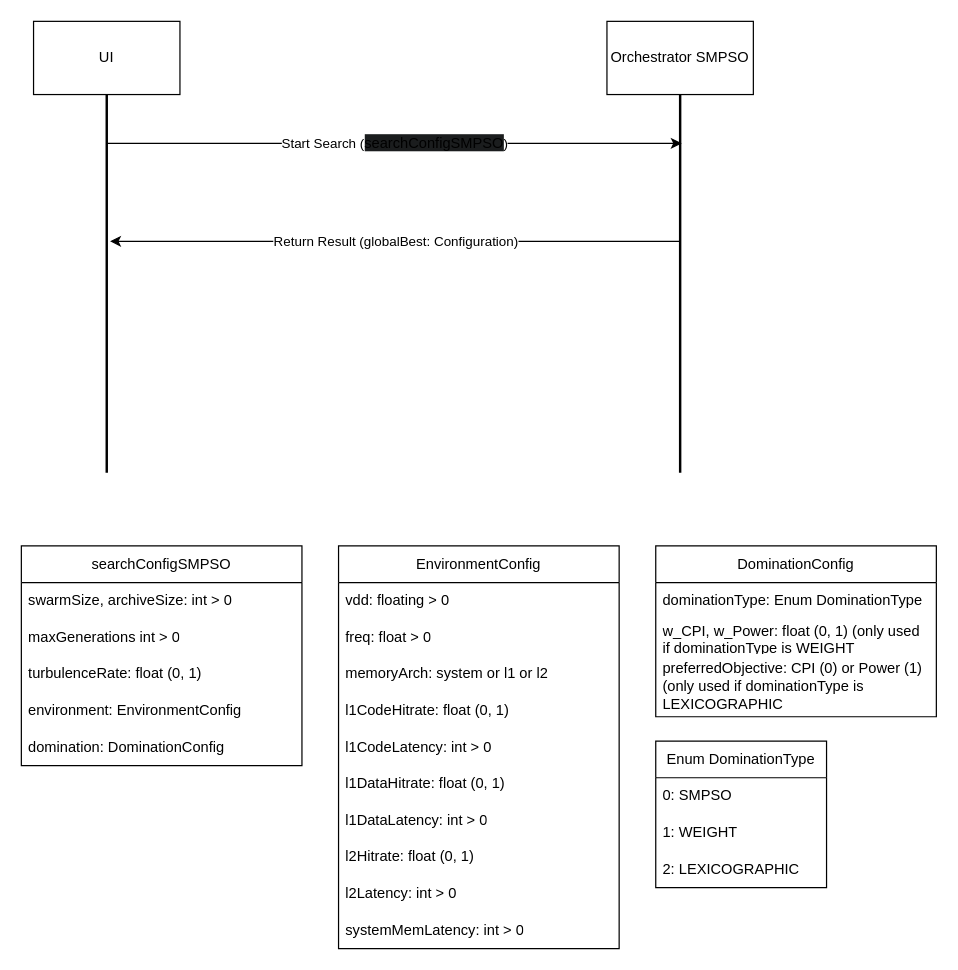
This is page "SMPSO" (1 of 2) of scheme/UI-Orchestrator.drawio from R-a-d-u/PSATSimSimulation, a draw.io file, before an edit. Source tidied: cells renumbered, new cells numbered last; positions are measured from the earlier drawing's top-left corner, leaving out a move shared by most shapes. Both pictures are drawn from the tidied source at 122%, with x=0, y=0 at pixel (21, 21).
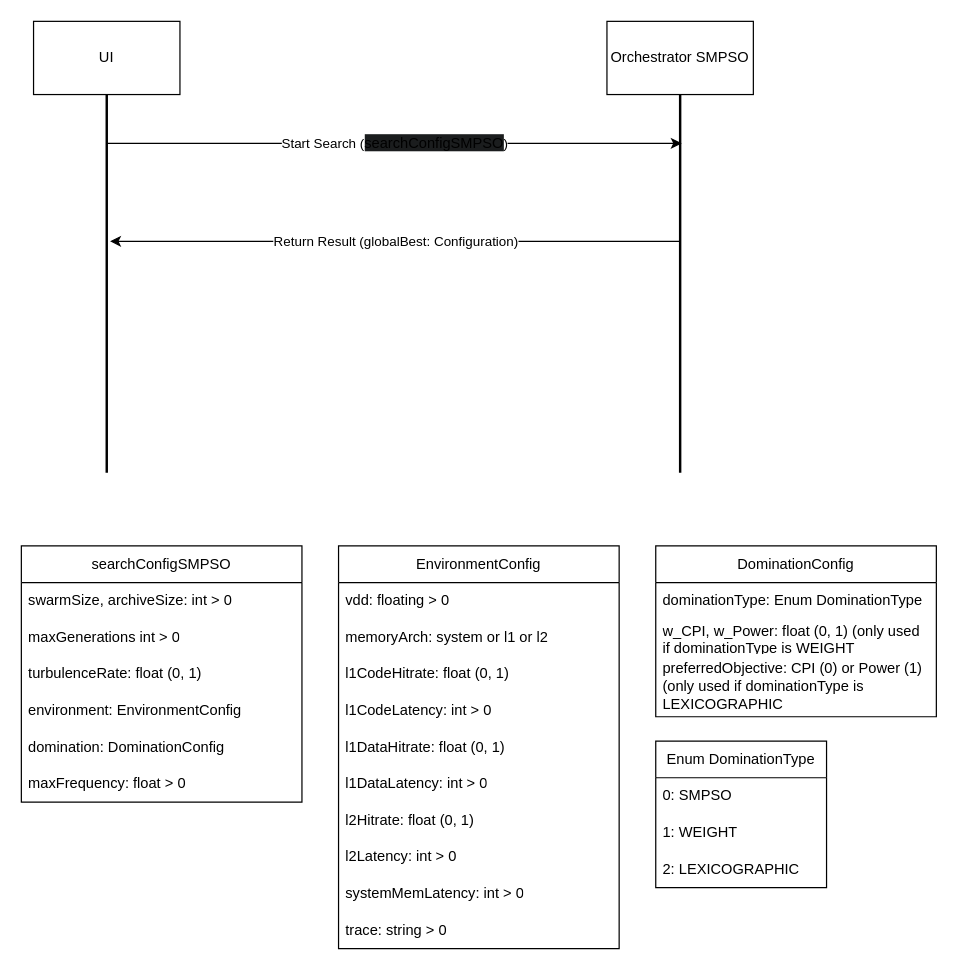
After the change.

Unchanged cells that the change refers to:
```xml
<mxCell id="16" value="EnvironmentConfig" style="swimlane;fontStyle=0;horizontal=1;startSize=30;whiteSpace=wrap;html=1;" parent="1" vertex="1">
  <mxGeometry x="260" y="430" width="230" height="330" as="geometry" />
</mxCell>
```

Change to the diagram source:
```diff
@@
     <mxCell id="10" value="searchConfigSMPSO" style="swimlane;fontStyle=0;horizontal=1;startSize=30;whiteSpace=wrap;html=1;" parent="1" vertex="1">
-      <mxGeometry y="430" width="230" height="180" as="geometry" />
+      <mxGeometry y="430" width="230" height="210" as="geometry" />
     </mxCell>
@@
+    <mxCell id="35" value="maxFrequency: float &amp;gt; 0" style="text;strokeColor=none;fillColor=none;align=left;verticalAlign=middle;spacingLeft=4;spacingRight=4;overflow=hidden;whiteSpace=wrap;html=1;" parent="10" vertex="1">
+      <mxGeometry y="180" width="230" height="30" as="geometry" />
+    </mxCell>
@@
-    <mxCell id="18" value="freq: float &amp;gt; 0" style="text;strokeColor=none;fillColor=none;align=left;verticalAlign=middle;spacingLeft=4;spacingRight=4;overflow=hidden;whiteSpace=wrap;html=1;" parent="16" vertex="1">
-      <mxGeometry y="60" width="230" height="30" as="geometry" />
-    </mxCell>
     <mxCell id="19" value="memoryArch: system or l1 or l2" style="text;strokeColor=none;fillColor=none;align=left;verticalAlign=middle;spacingLeft=4;spacingRight=4;overflow=hidden;whiteSpace=wrap;html=1;" parent="16" vertex="1">
-      <mxGeometry y="90" width="230" height="30" as="geometry" />
+      <mxGeometry y="60" width="230" height="30" as="geometry" />
     </mxCell>
     <mxCell id="20" value="l1CodeHitrate: float (0, 1)" style="text;strokeColor=none;fillColor=none;align=left;verticalAlign=middle;spacingLeft=4;spacingRight=4;overflow=hidden;whiteSpace=wrap;html=1;" parent="16" vertex="1">
-      <mxGeometry y="120" width="230" height="30" as="geometry" />
+      <mxGeometry y="90" width="230" height="30" as="geometry" />
     </mxCell>
     <mxCell id="21" value="l1CodeLatency: int &amp;gt; 0" style="text;strokeColor=none;fillColor=none;align=left;verticalAlign=middle;spacingLeft=4;spacingRight=4;overflow=hidden;whiteSpace=wrap;html=1;" parent="16" vertex="1">
-      <mxGeometry y="150" width="230" height="30" as="geometry" />
+      <mxGeometry y="120" width="230" height="30" as="geometry" />
     </mxCell>
     <mxCell id="22" value="l1DataHitrate: float (0, 1)" style="text;strokeColor=none;fillColor=none;align=left;verticalAlign=middle;spacingLeft=4;spacingRight=4;overflow=hidden;whiteSpace=wrap;html=1;" parent="16" vertex="1">
-      <mxGeometry y="180" width="230" height="30" as="geometry" />
+      <mxGeometry y="150" width="230" height="30" as="geometry" />
     </mxCell>
     <mxCell id="23" value="l1DataLatency: int &amp;gt; 0" style="text;strokeColor=none;fillColor=none;align=left;verticalAlign=middle;spacingLeft=4;spacingRight=4;overflow=hidden;whiteSpace=wrap;html=1;" parent="16" vertex="1">
-      <mxGeometry y="210" width="230" height="30" as="geometry" />
+      <mxGeometry y="180" width="230" height="30" as="geometry" />
     </mxCell>
     <mxCell id="24" value="l2Hitrate: float (0, 1)" style="text;strokeColor=none;fillColor=none;align=left;verticalAlign=middle;spacingLeft=4;spacingRight=4;overflow=hidden;whiteSpace=wrap;html=1;" parent="16" vertex="1">
-      <mxGeometry y="240" width="230" height="30" as="geometry" />
+      <mxGeometry y="210" width="230" height="30" as="geometry" />
     </mxCell>
     <mxCell id="25" value="l2Latency: int &amp;gt; 0" style="text;strokeColor=none;fillColor=none;align=left;verticalAlign=middle;spacingLeft=4;spacingRight=4;overflow=hidden;whiteSpace=wrap;html=1;" parent="16" vertex="1">
-      <mxGeometry y="270" width="230" height="30" as="geometry" />
+      <mxGeometry y="240" width="230" height="30" as="geometry" />
     </mxCell>
     <mxCell id="26" value="systemMemLatency: int &amp;gt; 0" style="text;strokeColor=none;fillColor=none;align=left;verticalAlign=middle;spacingLeft=4;spacingRight=4;overflow=hidden;whiteSpace=wrap;html=1;" parent="16" vertex="1">
-      <mxGeometry y="300" width="230" height="30" as="geometry" />
+      <mxGeometry y="270" width="230" height="30" as="geometry" />
     </mxCell>
+    <mxCell id="36" value="trace: string &amp;gt; 0" style="text;strokeColor=none;fillColor=none;align=left;verticalAlign=middle;spacingLeft=4;spacingRight=4;overflow=hidden;whiteSpace=wrap;html=1;" parent="16" vertex="1">
+      <mxGeometry y="300" width="230" height="30" as="geometry" />
+    </mxCell>
```
